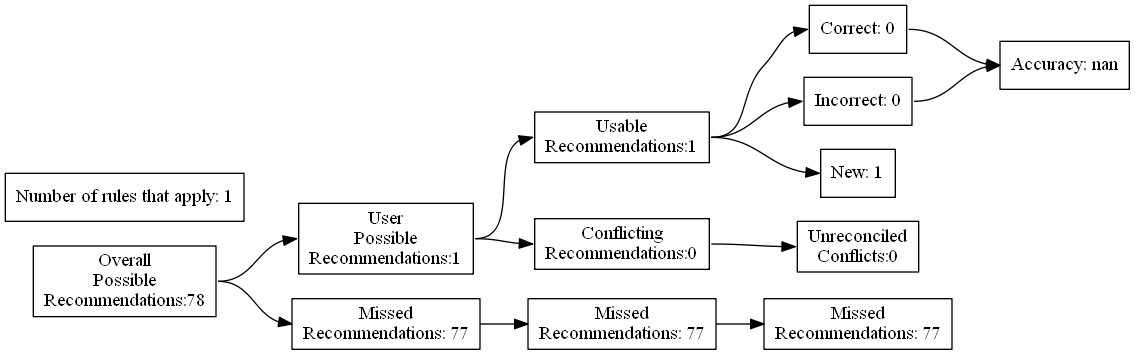
This is test_renders/31.gv.png from ZaxR/ibd_diet_analysis, a Graphviz export, as it was before one commit. Its source is kept beside it as test_renders/31.gv.
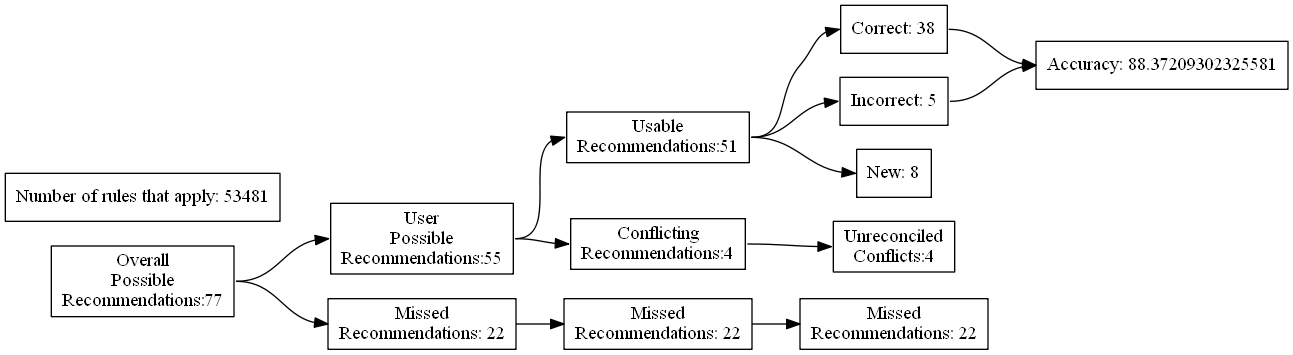
Above is the later version.

What changed in the source:
```diff
@@ -4,27 +4,27 @@
 	edge [headport=w tailport=e]
 		A [label="Overall
 Possible
-Recommendations:78"]
+Recommendations:77"]
 		B [label="User
 Possible
-Recommendations:1"]
+Recommendations:55"]
 		C [label="Missed
-Recommendations: 77"]
+Recommendations: 22"]
 		D [label="Usable
-Recommendations:1"]
+Recommendations:51"]
 		E [label="Conflicting
-Recommendations:0"]
+Recommendations:4"]
 		J [label="Missed
-Recommendations: 77"]
+Recommendations: 22"]
 		M [label="Unreconciled
-Conflicts:0"]
-		F [label="Correct: 0"]
-		G [label="Incorrect: 0"]
-		H [label="New: 1"]
+Conflicts:4"]
+		F [label="Correct: 38"]
+		G [label="Incorrect: 5"]
+		H [label="New: 8"]
 		K [label="Missed
-Recommendations: 77"]
-		I [label="Accuracy: nan"]
-		l [label="Number of rules that apply: 1"]
+Recommendations: 22"]
+		I [label="Accuracy: 88.37209302325581"]
+		l [label="Number of rules that apply: 53481"]
 			A -> B
 			A -> C
 			B -> D
```
